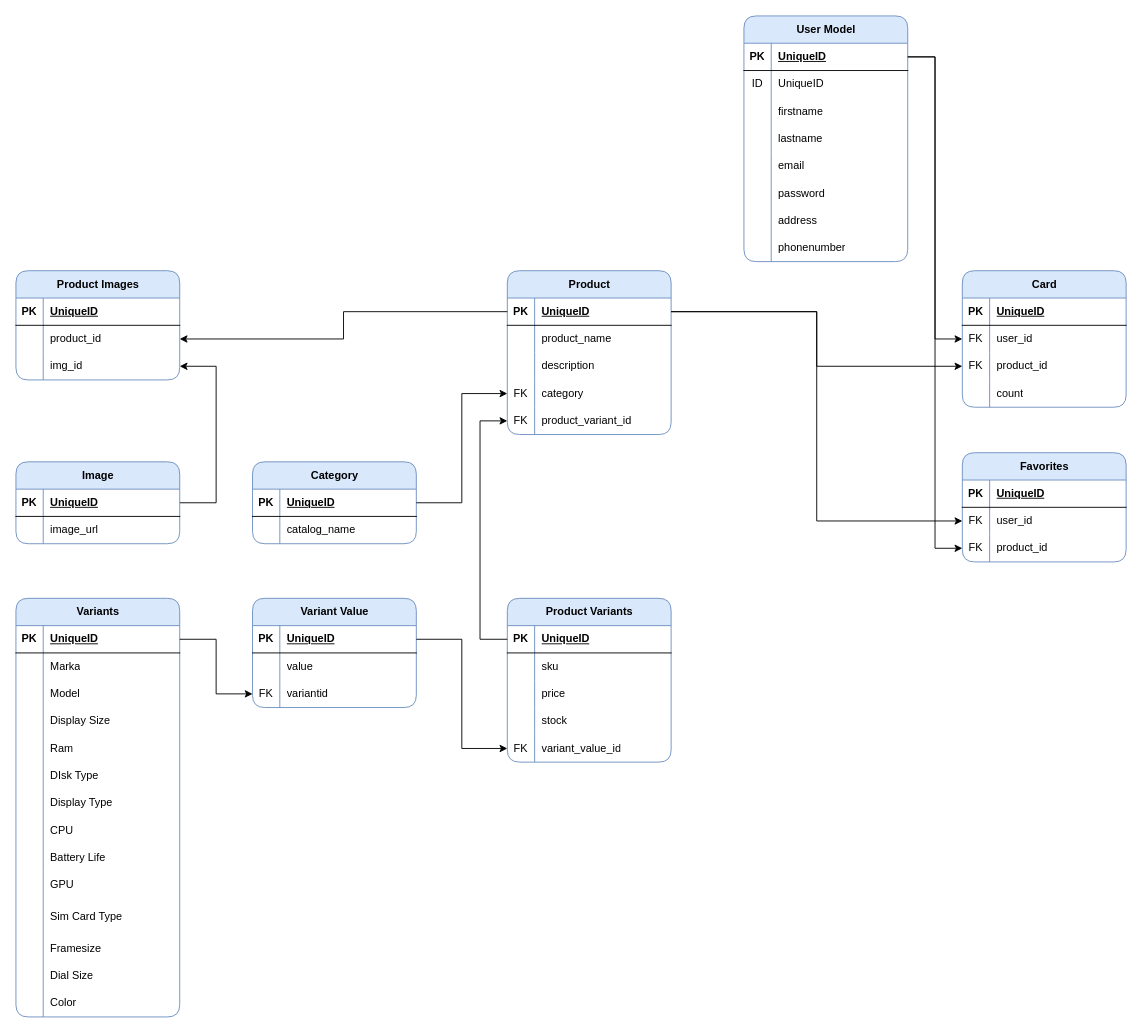
Above: omarket.drawio in cavidanbagiri/warehouse-management-server (draw.io), before the change. Source tidied: cells renumbered, new cells numbered last; positions are measured from the earlier drawing's top-left corner, leaving out a move shared by most shapes. Both pictures are drawn from the tidied source at 91%, with x=0, y=0 at pixel (15, 15).
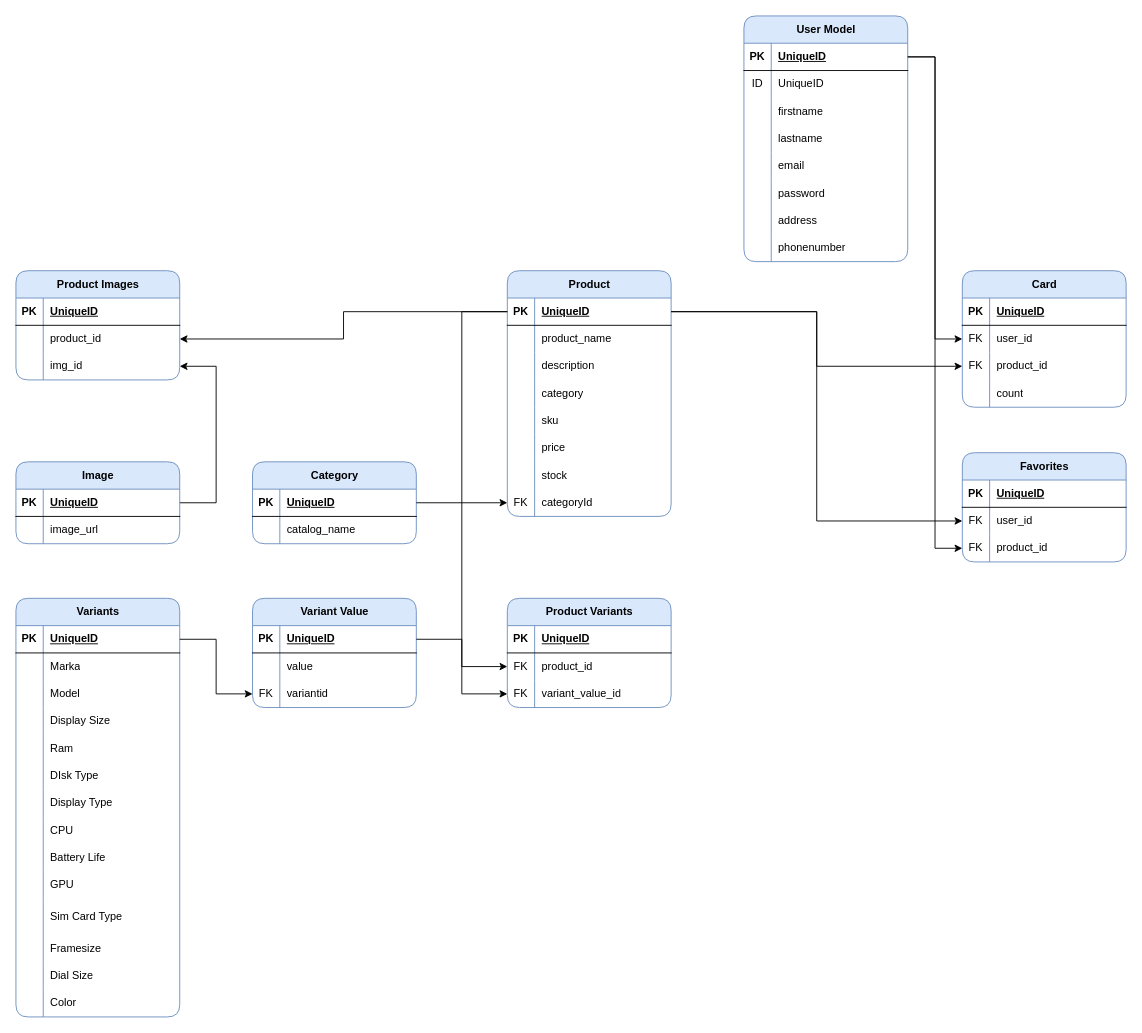
The same page after the edit.

Unchanged cells that the change refers to:
```xml
<mxCell id="28" style="shape=tableRow;horizontal=0;startSize=0;swimlaneHead=0;swimlaneBody=0;fillColor=none;points=[[0,0.5],[1,0.5]];portConstraint=eastwest;top=0;left=0;right=0;bottom=1;" parent="27" vertex="1">
  <mxGeometry y="30" width="180" height="30" as="geometry" />
</mxCell>
<mxCell id="35" style="shape=tableRow;horizontal=0;startSize=0;swimlaneHead=0;swimlaneBody=0;fillColor=none;points=[[0,0.5],[1,0.5]];portConstraint=eastwest;top=0;left=0;right=0;bottom=1;" parent="34" vertex="1">
  <mxGeometry y="30" width="180" height="30" as="geometry" />
</mxCell>
<mxCell id="44" style="shape=tableRow;horizontal=0;startSize=0;swimlaneHead=0;swimlaneBody=0;fillColor=none;points=[[0,0.5],[1,0.5]];portConstraint=eastwest;top=0;left=0;right=0;bottom=0;" parent="34" vertex="1">
  <mxGeometry y="120" width="180" height="30" as="geometry" />
</mxCell>
<mxCell id="47" style="shape=tableRow;horizontal=0;startSize=0;swimlaneHead=0;swimlaneBody=0;fillColor=none;points=[[0,0.5],[1,0.5]];portConstraint=eastwest;top=0;left=0;right=0;bottom=0;" parent="34" vertex="1">
  <mxGeometry y="150" width="180" height="30" as="geometry" />
</mxCell>
<mxCell id="103" style="shape=tableRow;horizontal=0;startSize=0;swimlaneHead=0;swimlaneBody=0;fillColor=none;points=[[0,0.5],[1,0.5]];portConstraint=eastwest;top=0;left=0;right=0;bottom=1;" parent="102" vertex="1">
  <mxGeometry y="30" width="180" height="30" as="geometry" />
</mxCell>
<mxCell id="113" style="shape=tableRow;horizontal=0;startSize=0;swimlaneHead=0;swimlaneBody=0;fillColor=none;points=[[0,0.5],[1,0.5]];portConstraint=eastwest;top=0;left=0;right=0;bottom=1;" parent="112" vertex="1">
  <mxGeometry y="30" width="180" height="30" as="geometry" />
</mxCell>
```

The edit, as a diff of the source:
```diff
@@
     <mxCell id="34" value="Product" style="shape=table;startSize=30;childLayout=tableLayout;rowLines=0;fontStyle=1;align=center;html=1;fillColor=#dae8fc;strokeColor=#6c8ebf;rounded=1;" parent="1" vertex="1">
-      <mxGeometry x="540" y="280" width="180" height="180" as="geometry" />
+      <mxGeometry x="540" y="280" width="180" height="270" as="geometry" />
     </mxCell>
@@
-    <mxCell id="45" value="FK" style="shape=partialRectangle;fillColor=none;top=0;left=0;bottom=0;right=0;overflow=hidden;whiteSpace=wrap;html=1;" parent="44" vertex="1">
+    <mxCell id="45" style="shape=partialRectangle;fillColor=none;top=0;left=0;bottom=0;right=0;overflow=hidden;whiteSpace=wrap;html=1;" parent="44" vertex="1">
       <mxGeometry width="30" height="30" as="geometry" />
     </mxCell>
@@
-    <mxCell id="48" value="FK" style="shape=partialRectangle;fillColor=none;top=0;left=0;bottom=0;right=0;overflow=hidden;whiteSpace=wrap;html=1;" parent="47" vertex="1">
-      <mxGeometry width="30" height="30" as="geometry" />
-    </mxCell>
-    <mxCell id="49" value="product_variant_id" style="shape=partialRectangle;fillColor=none;top=0;left=0;bottom=0;right=0;align=left;spacingLeft=6;overflow=hidden;whiteSpace=wrap;html=1;" parent="47" vertex="1">
-      <mxGeometry x="30" width="150" height="30" as="geometry" />
-    </mxCell>
+    <mxCell id="169" style="shape=partialRectangle;fillColor=none;top=0;left=0;bottom=0;right=0;overflow=hidden;whiteSpace=wrap;html=1;" parent="47" vertex="1">
+      <mxGeometry width="30" height="30" as="geometry" />
+    </mxCell>
+    <mxCell id="118" value="sku" style="shape=partialRectangle;fillColor=none;top=0;left=0;bottom=0;right=0;align=left;spacingLeft=6;overflow=hidden;whiteSpace=wrap;html=1;" parent="47" vertex="1">
+      <mxGeometry x="30" width="150" height="30" as="geometry" />
+    </mxCell>
+    <mxCell id="170" style="shape=tableRow;horizontal=0;startSize=0;swimlaneHead=0;swimlaneBody=0;fillColor=none;top=0;left=0;right=0;bottom=0;" parent="34" vertex="1">
+      <mxGeometry y="180" width="180" height="30" as="geometry" />
+    </mxCell>
+    <mxCell id="171" style="shape=partialRectangle;fillColor=none;top=0;left=0;bottom=0;right=0;overflow=hidden;whiteSpace=wrap;html=1;" parent="170" vertex="1">
+      <mxGeometry width="30" height="30" as="geometry" />
+    </mxCell>
+    <mxCell id="121" value="price" style="shape=partialRectangle;fillColor=none;top=0;left=0;bottom=0;right=0;align=left;spacingLeft=6;overflow=hidden;whiteSpace=wrap;html=1;" parent="170" vertex="1">
+      <mxGeometry x="30" width="150" height="30" as="geometry" />
+    </mxCell>
+    <mxCell id="172" style="shape=tableRow;horizontal=0;startSize=0;swimlaneHead=0;swimlaneBody=0;fillColor=none;top=0;left=0;right=0;bottom=0;" parent="34" vertex="1">
+      <mxGeometry y="210" width="180" height="30" as="geometry" />
+    </mxCell>
+    <mxCell id="173" style="shape=partialRectangle;fillColor=none;top=0;left=0;bottom=0;right=0;overflow=hidden;whiteSpace=wrap;html=1;" parent="172" vertex="1">
+      <mxGeometry width="30" height="30" as="geometry" />
+    </mxCell>
+    <mxCell id="124" value="stock" style="shape=partialRectangle;fillColor=none;top=0;left=0;bottom=0;right=0;align=left;spacingLeft=6;overflow=hidden;whiteSpace=wrap;html=1;" parent="172" vertex="1">
+      <mxGeometry x="30" width="150" height="30" as="geometry" />
+    </mxCell>
+    <mxCell id="174" style="shape=tableRow;horizontal=0;startSize=0;swimlaneHead=0;swimlaneBody=0;fillColor=none;points=[[0,0.5],[1,0.5]];portConstraint=eastwest;top=0;left=0;right=0;bottom=0;" parent="34" vertex="1">
+      <mxGeometry y="240" width="180" height="30" as="geometry" />
+    </mxCell>
+    <mxCell id="175" value="FK" style="shape=partialRectangle;fillColor=none;top=0;left=0;bottom=0;right=0;overflow=hidden;whiteSpace=wrap;html=1;" parent="174" vertex="1">
+      <mxGeometry width="30" height="30" as="geometry" />
+    </mxCell>
+    <mxCell id="176" value="categoryId" style="shape=partialRectangle;fillColor=none;top=0;left=0;bottom=0;right=0;align=left;spacingLeft=6;overflow=hidden;whiteSpace=wrap;html=1;" parent="174" vertex="1">
+      <mxGeometry x="30" width="150" height="30" as="geometry" />
+    </mxCell>
@@
-    <mxCell id="58" style="edgeStyle=orthogonalEdgeStyle;rounded=0;jettySize=auto;html=1;entryX=0;entryY=0.5;entryDx=0;entryDy=0;" parent="1" edge="1" source="28" target="44">
-      <mxGeometry relative="1" as="geometry" />
-    </mxCell>
@@
     <mxCell id="112" value="Product Variants" style="shape=table;startSize=30;childLayout=tableLayout;rowLines=0;fontStyle=1;align=center;html=1;fillColor=#dae8fc;strokeColor=#6c8ebf;rounded=1;" parent="1" vertex="1">
-      <mxGeometry x="540" y="640" width="180" height="180" as="geometry" />
+      <mxGeometry x="540" y="640" width="180" height="120" as="geometry" />
     </mxCell>
@@
-    <mxCell id="116" style="shape=tableRow;horizontal=0;startSize=0;swimlaneHead=0;swimlaneBody=0;fillColor=none;top=0;left=0;right=0;bottom=0;" parent="112" vertex="1">
-      <mxGeometry y="60" width="180" height="30" as="geometry" />
-    </mxCell>
-    <mxCell id="117" style="shape=partialRectangle;fillColor=none;top=0;left=0;bottom=0;right=0;overflow=hidden;whiteSpace=wrap;html=1;" parent="116" vertex="1">
-      <mxGeometry width="30" height="30" as="geometry" />
-    </mxCell>
-    <mxCell id="118" value="sku" style="shape=partialRectangle;fillColor=none;top=0;left=0;bottom=0;right=0;align=left;spacingLeft=6;overflow=hidden;whiteSpace=wrap;html=1;" parent="116" vertex="1">
-      <mxGeometry x="30" width="150" height="30" as="geometry" />
-    </mxCell>
-    <mxCell id="119" style="shape=tableRow;horizontal=0;startSize=0;swimlaneHead=0;swimlaneBody=0;fillColor=none;points=[[0,0.5],[1,0.5]];portConstraint=eastwest;top=0;left=0;right=0;bottom=0;" parent="112" vertex="1">
-      <mxGeometry y="90" width="180" height="30" as="geometry" />
-    </mxCell>
-    <mxCell id="120" style="shape=partialRectangle;fillColor=none;top=0;left=0;bottom=0;right=0;overflow=hidden;whiteSpace=wrap;html=1;" parent="119" vertex="1">
-      <mxGeometry width="30" height="30" as="geometry" />
-    </mxCell>
-    <mxCell id="121" value="price" style="shape=partialRectangle;fillColor=none;top=0;left=0;bottom=0;right=0;align=left;spacingLeft=6;overflow=hidden;whiteSpace=wrap;html=1;" parent="119" vertex="1">
-      <mxGeometry x="30" width="150" height="30" as="geometry" />
-    </mxCell>
-    <mxCell id="122" style="shape=tableRow;horizontal=0;startSize=0;swimlaneHead=0;swimlaneBody=0;fillColor=none;top=0;left=0;right=0;bottom=0;" parent="112" vertex="1">
-      <mxGeometry y="120" width="180" height="30" as="geometry" />
-    </mxCell>
-    <mxCell id="123" style="shape=partialRectangle;fillColor=none;top=0;left=0;bottom=0;right=0;overflow=hidden;whiteSpace=wrap;html=1;" parent="122" vertex="1">
-      <mxGeometry width="30" height="30" as="geometry" />
-    </mxCell>
-    <mxCell id="124" value="stock" style="shape=partialRectangle;fillColor=none;top=0;left=0;bottom=0;right=0;align=left;spacingLeft=6;overflow=hidden;whiteSpace=wrap;html=1;" parent="122" vertex="1">
-      <mxGeometry x="30" width="150" height="30" as="geometry" />
-    </mxCell>
     <mxCell id="125" style="shape=tableRow;horizontal=0;startSize=0;swimlaneHead=0;swimlaneBody=0;fillColor=none;points=[[0,0.5],[1,0.5]];portConstraint=eastwest;top=0;left=0;right=0;bottom=0;" parent="112" vertex="1">
-      <mxGeometry y="150" width="180" height="30" as="geometry" />
+      <mxGeometry y="60" width="180" height="30" as="geometry" />
     </mxCell>
@@
-    <mxCell id="127" value="variant_value_id" style="shape=partialRectangle;fillColor=none;top=0;left=0;bottom=0;right=0;align=left;spacingLeft=6;overflow=hidden;whiteSpace=wrap;html=1;" parent="125" vertex="1">
+    <mxCell id="127" value="product_id" style="shape=partialRectangle;fillColor=none;top=0;left=0;bottom=0;right=0;align=left;spacingLeft=6;overflow=hidden;whiteSpace=wrap;html=1;" parent="125" vertex="1">
       <mxGeometry x="30" width="150" height="30" as="geometry" />
     </mxCell>
+    <mxCell id="119" style="shape=tableRow;horizontal=0;startSize=0;swimlaneHead=0;swimlaneBody=0;fillColor=none;points=[[0,0.5],[1,0.5]];portConstraint=eastwest;top=0;left=0;right=0;bottom=0;" parent="112" vertex="1">
+      <mxGeometry y="90" width="180" height="30" as="geometry" />
+    </mxCell>
+    <mxCell id="177" value="FK" style="shape=partialRectangle;fillColor=none;top=0;left=0;bottom=0;right=0;overflow=hidden;whiteSpace=wrap;html=1;" parent="119" vertex="1">
+      <mxGeometry width="30" height="30" as="geometry" />
+    </mxCell>
+    <mxCell id="178" value="variant_value_id" style="shape=partialRectangle;fillColor=none;top=0;left=0;bottom=0;right=0;align=left;spacingLeft=6;overflow=hidden;whiteSpace=wrap;html=1;" parent="119" vertex="1">
+      <mxGeometry x="30" width="150" height="30" as="geometry" />
+    </mxCell>
@@
-    <mxCell id="129" style="edgeStyle=orthogonalEdgeStyle;rounded=0;jettySize=auto;html=1;entryX=0;entryY=0.5;entryDx=0;entryDy=0;" parent="1" edge="1" source="113" target="47">
-      <mxGeometry relative="1" as="geometry">
-        <Array as="points">
-          <mxPoint x="510" y="685" />
-          <mxPoint x="510" y="445" />
-        </Array>
-      </mxGeometry>
-    </mxCell>
-    <mxCell id="130" style="edgeStyle=orthogonalEdgeStyle;rounded=0;jettySize=auto;html=1;entryX=0;entryY=0.5;entryDx=0;entryDy=0;" parent="1" edge="1" source="103" target="125">
-      <mxGeometry relative="1" as="geometry" />
-    </mxCell>
@@
+    <mxCell id="179" style="edgeStyle=orthogonalEdgeStyle;rounded=0;jettySize=auto;html=1;entryX=0;entryY=0.5;entryDx=0;entryDy=0;" parent="1" edge="1" source="28" target="174">
+      <mxGeometry relative="1" as="geometry" />
+    </mxCell>
+    <mxCell id="180" style="edgeStyle=orthogonalEdgeStyle;rounded=0;jettySize=auto;html=1;entryX=0;entryY=0.5;entryDx=0;entryDy=0;" parent="1" edge="1" source="103" target="119">
+      <mxGeometry relative="1" as="geometry" />
+    </mxCell>
+    <mxCell id="181" style="edgeStyle=orthogonalEdgeStyle;rounded=0;jettySize=auto;html=1;entryX=0;entryY=0.5;entryDx=0;entryDy=0;" parent="1" edge="1" source="35" target="125">
+      <mxGeometry relative="1" as="geometry">
+        <Array as="points">
+          <mxPoint x="490" y="325" />
+          <mxPoint x="490" y="715" />
+        </Array>
+      </mxGeometry>
+    </mxCell>
```
